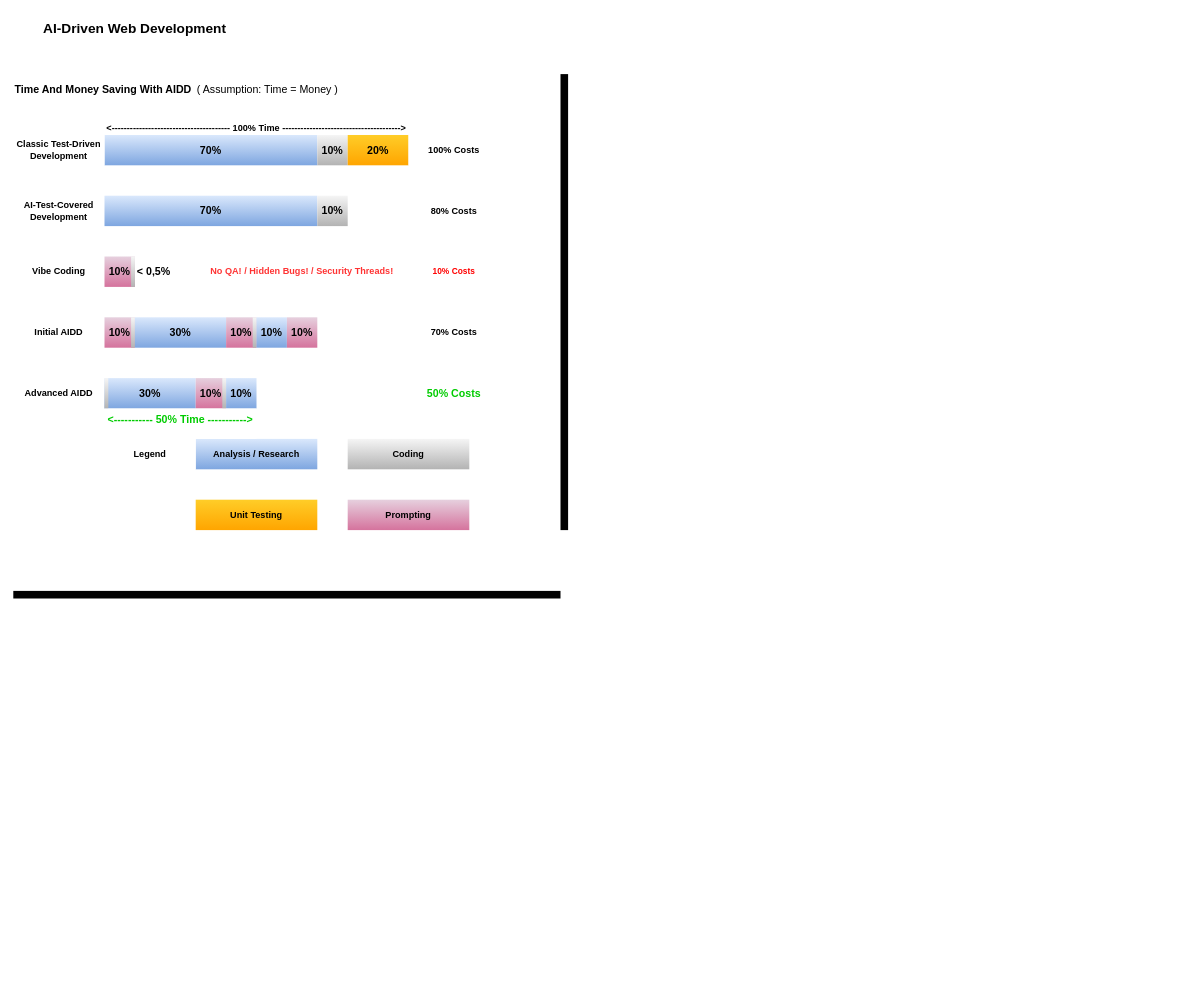
This is aidd_casual.drawio from kephalosk/drawio-diagrams, a draw.io file, before an edit. Source tidied: cells renumbered, new cells numbered last; positions are measured from the earlier drawing's top-left corner, leaving out a move shared by most shapes. Both pictures are drawn from the tidied source at 76%, with x=0, y=0 at pixel (13, 13).
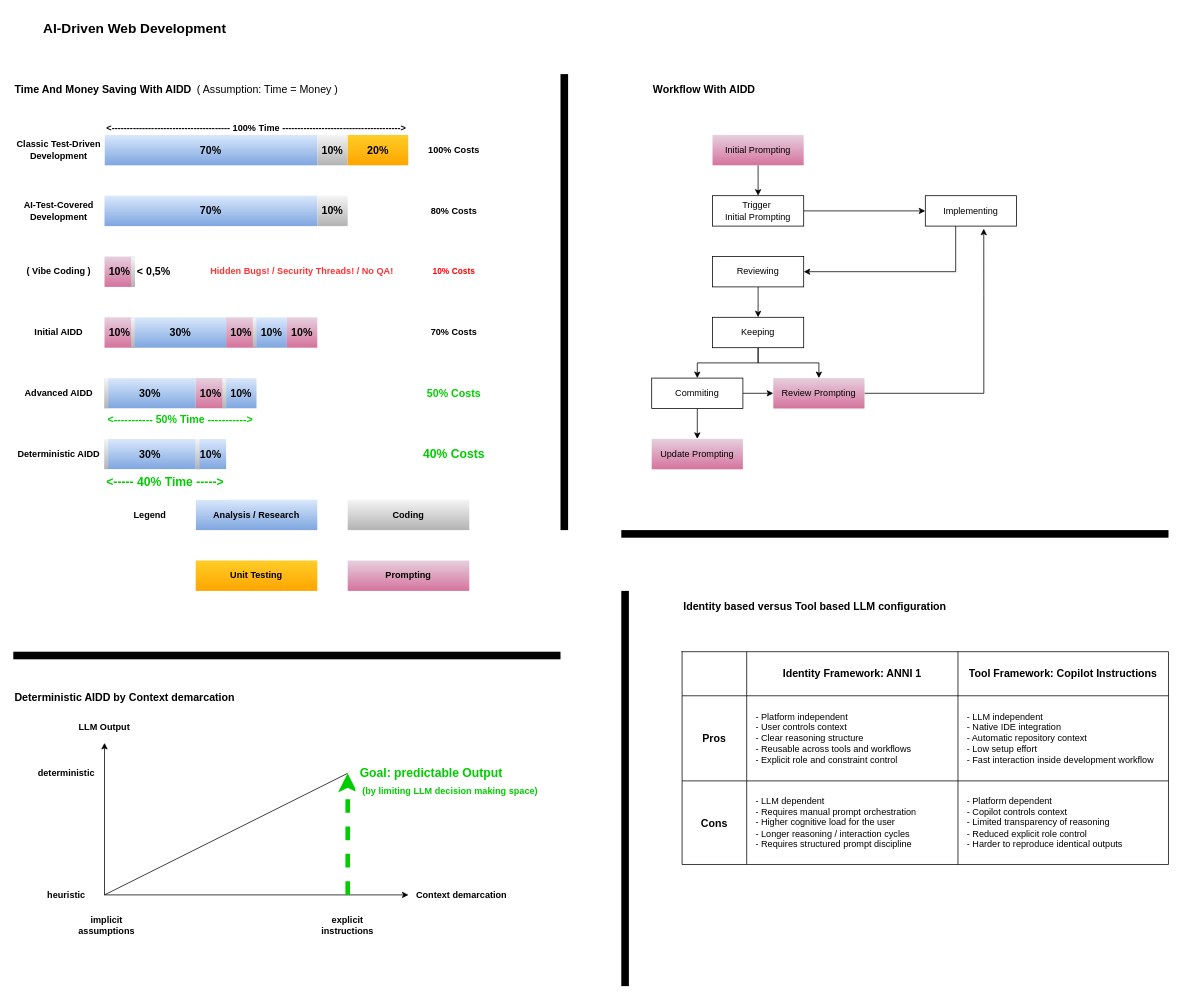
After the change.

What changed in the source:
```diff
@@
-    <mxCell id="12" value="Vibe Coding" style="rounded=0;whiteSpace=wrap;html=1;fontSize=12;fontStyle=1;strokeColor=none;fontColor=#000000;" parent="1" vertex="1">
+    <mxCell id="12" value="( Vibe Coding )" style="rounded=0;whiteSpace=wrap;html=1;fontSize=12;fontStyle=1;strokeColor=none;fontColor=#000000;" parent="1" vertex="1">
       <mxGeometry y="320" width="120" height="40" as="geometry" />
     </mxCell>
@@
-    <mxCell id="26" value="No QA! / Hidden Bugs! / Security Threads!" style="rounded=0;whiteSpace=wrap;html=1;fontSize=12;fontStyle=1;strokeColor=none;fontColor=#FF3333;" parent="1" vertex="1">
+    <mxCell id="26" value="Hidden Bugs! / Security Threads! /&amp;nbsp;No QA!" style="rounded=0;whiteSpace=wrap;html=1;fontSize=12;fontStyle=1;strokeColor=none;fontColor=#FF3333;" parent="1" vertex="1">
       <mxGeometry x="240" y="320" width="280" height="40" as="geometry" />
     </mxCell>
-    <mxCell id="27" value="Advanced AIDD" style="rounded=0;whiteSpace=wrap;html=1;fontSize=12;fontStyle=1;strokeColor=none;fontColor=#000000;" parent="1" vertex="1">
-      <mxGeometry y="480" width="120" height="40" as="geometry" />
+    <mxCell id="27" value="Deterministic AIDD" style="rounded=0;whiteSpace=wrap;html=1;fontSize=12;fontStyle=1;strokeColor=none;fontColor=#000000;" parent="1" vertex="1">
+      <mxGeometry y="560" width="120" height="40" as="geometry" />
     </mxCell>
     <mxCell id="28" value="30%" style="rounded=0;whiteSpace=wrap;html=1;fontSize=14;fontStyle=1;fillColor=#dae8fc;strokeColor=none;gradientColor=#7ea6e0;fontColor=#000000;" parent="1" vertex="1">
-      <mxGeometry x="120" y="480" width="120" height="40" as="geometry" />
+      <mxGeometry x="120" y="560" width="120" height="40" as="geometry" />
     </mxCell>
-    <mxCell id="29" value="10%" style="rounded=0;whiteSpace=wrap;html=1;fontSize=14;fontStyle=1;fillColor=#e6d0de;strokeColor=none;gradientColor=#d5739d;fontColor=#000000;" parent="1" vertex="1">
-      <mxGeometry x="240" y="480" width="40" height="40" as="geometry" />
-    </mxCell>
-    <mxCell id="30" style="rounded=0;whiteSpace=wrap;html=1;fontSize=14;fontStyle=1;fillColor=#f5f5f5;strokeColor=none;gradientColor=#b3b3b3;fontColor=#000000;" parent="1" vertex="1">
-      <mxGeometry x="275" y="480" width="5" height="40" as="geometry" />
-    </mxCell>
     <mxCell id="31" value="10%" style="rounded=0;whiteSpace=wrap;html=1;fontSize=14;fontStyle=1;fillColor=#dae8fc;strokeColor=none;gradientColor=#7ea6e0;fontColor=#000000;" parent="1" vertex="1">
-      <mxGeometry x="280" y="480" width="40" height="40" as="geometry" />
+      <mxGeometry x="240" y="560" width="40" height="40" as="geometry" />
     </mxCell>
-    <mxCell id="32" value="50% Costs" style="rounded=0;whiteSpace=wrap;html=1;fontSize=14;fontStyle=1;strokeColor=none;fontColor=#00CC00;" parent="1" vertex="1">
-      <mxGeometry x="520" y="480" width="120" height="40" as="geometry" />
+    <mxCell id="32" value="40% Costs" style="rounded=0;whiteSpace=wrap;html=1;fontSize=16;fontStyle=1;strokeColor=none;fontColor=#00CC00;" parent="1" vertex="1">
+      <mxGeometry x="520" y="560" width="120" height="40" as="geometry" />
     </mxCell>
     <mxCell id="33" style="rounded=0;whiteSpace=wrap;html=1;fontSize=14;fontStyle=1;fillColor=#f5f5f5;strokeColor=none;gradientColor=#b3b3b3;fontColor=#000000;" parent="1" vertex="1">
-      <mxGeometry x="120" y="480" width="5" height="40" as="geometry" />
+      <mxGeometry x="120" y="560" width="5" height="40" as="geometry" />
     </mxCell>
@@
     <mxCell id="37" value="Analysis / Research" style="rounded=0;whiteSpace=wrap;html=1;fontSize=12;fontStyle=1;fillColor=#dae8fc;strokeColor=none;gradientColor=#7ea6e0;" parent="1" vertex="1">
-      <mxGeometry x="240" y="560" width="160" height="40" as="geometry" />
+      <mxGeometry x="240" y="640" width="160" height="40" as="geometry" />
     </mxCell>
     <mxCell id="38" value="Legend" style="rounded=0;whiteSpace=wrap;html=1;fontSize=12;fontStyle=1;strokeColor=none;fontColor=#000000;" parent="1" vertex="1">
-      <mxGeometry x="120" y="560" width="120" height="40" as="geometry" />
+      <mxGeometry x="120" y="640" width="120" height="40" as="geometry" />
     </mxCell>
     <mxCell id="39" value="Coding" style="rounded=0;whiteSpace=wrap;html=1;fontSize=12;fontStyle=1;fillColor=#f5f5f5;strokeColor=none;gradientColor=#b3b3b3;" parent="1" vertex="1">
-      <mxGeometry x="440" y="560" width="160" height="40" as="geometry" />
+      <mxGeometry x="440" y="640" width="160" height="40" as="geometry" />
     </mxCell>
     <mxCell id="40" value="Unit Testing" style="rounded=0;whiteSpace=wrap;html=1;fontSize=12;fontStyle=1;fillColor=#ffcd28;strokeColor=none;gradientColor=#ffa500;" parent="1" vertex="1">
-      <mxGeometry x="240" y="640" width="160" height="40" as="geometry" />
+      <mxGeometry x="240" y="720" width="160" height="40" as="geometry" />
     </mxCell>
     <mxCell id="41" value="Prompting" style="rounded=0;whiteSpace=wrap;html=1;fontSize=12;fontStyle=1;fillColor=#e6d0de;strokeColor=none;gradientColor=#d5739d;fontColor=#000000;" parent="1" vertex="1">
-      <mxGeometry x="440" y="640" width="160" height="40" as="geometry" />
+      <mxGeometry x="440" y="720" width="160" height="40" as="geometry" />
     </mxCell>
-    <mxCell id="42" value="&lt;span style=&quot;color: rgb(0, 204, 0);&quot;&gt;&amp;lt;----------- 50% Time -----------&amp;gt;&lt;/span&gt;" style="rounded=0;whiteSpace=wrap;html=1;fontSize=14;fontStyle=1;strokeColor=none;align=center;verticalAlign=top;" parent="1" vertex="1">
-      <mxGeometry x="120" y="520" width="200" height="40" as="geometry" />
+    <mxCell id="42" value="&lt;span style=&quot;color: rgb(0, 204, 0);&quot;&gt;&amp;lt;----- 40% Time -----&amp;gt;&lt;/span&gt;" style="rounded=0;whiteSpace=wrap;html=1;fontSize=16;fontStyle=1;strokeColor=none;align=center;verticalAlign=top;" parent="1" vertex="1">
+      <mxGeometry x="120" y="600" width="160" height="40" as="geometry" />
     </mxCell>
@@
     <mxCell id="44" style="rounded=0;whiteSpace=wrap;html=1;fontSize=14;fontStyle=0;strokeColor=none;align=left;verticalAlign=middle;fillColor=#000000;" parent="1" vertex="1">
-      <mxGeometry y="760" width="720" height="10" as="geometry" />
+      <mxGeometry y="840" width="720" height="10" as="geometry" />
     </mxCell>
+    <mxCell id="45" value="Workflow With AIDD" style="rounded=0;whiteSpace=wrap;html=1;fontSize=14;fontStyle=1;strokeColor=none;align=left;" parent="1" vertex="1">
+      <mxGeometry x="840" y="80" width="240" height="40" as="geometry" />
+    </mxCell>
+    <mxCell id="46" style="edgeStyle=orthogonalEdgeStyle;rounded=0;jettySize=auto;html=1;" parent="1" edge="1" source="47" target="49">
+      <mxGeometry relative="1" as="geometry" />
+    </mxCell>
+    <mxCell id="47" value="&lt;div&gt;Trigger&amp;nbsp;&lt;/div&gt;&lt;div&gt;Initial Prompting&lt;/div&gt;" style="rounded=0;whiteSpace=wrap;html=1;" parent="1" vertex="1">
+      <mxGeometry x="920" y="240" width="120" height="40" as="geometry" />
+    </mxCell>
+    <mxCell id="48" style="edgeStyle=orthogonalEdgeStyle;rounded=0;jettySize=auto;html=1;exitX=0.323;exitY=0.972;exitDx=0;exitDy=0;exitPerimeter=0;" parent="1" edge="1" source="49" target="51">
+      <mxGeometry relative="1" as="geometry">
+        <Array as="points">
+          <mxPoint x="1240" y="279" />
+          <mxPoint x="1240" y="340" />
+        </Array>
+      </mxGeometry>
+    </mxCell>
+    <mxCell id="49" value="Implementing" style="rounded=0;whiteSpace=wrap;html=1;" parent="1" vertex="1">
+      <mxGeometry x="1200" y="240" width="120" height="40" as="geometry" />
+    </mxCell>
+    <mxCell id="50" style="edgeStyle=orthogonalEdgeStyle;rounded=0;jettySize=auto;html=1;" parent="1" edge="1" source="51" target="56">
+      <mxGeometry relative="1" as="geometry" />
+    </mxCell>
+    <mxCell id="51" value="Reviewing" style="rounded=0;whiteSpace=wrap;html=1;" parent="1" vertex="1">
+      <mxGeometry x="920" y="320" width="120" height="40" as="geometry" />
+    </mxCell>
+    <mxCell id="52" style="edgeStyle=orthogonalEdgeStyle;rounded=0;jettySize=auto;html=1;entryX=0.641;entryY=1.085;entryDx=0;entryDy=0;entryPerimeter=0;" parent="1" edge="1" source="53" target="49">
+      <mxGeometry relative="1" as="geometry">
+        <Array as="points">
+          <mxPoint x="1277" y="370" />
+          <mxPoint x="1277" y="370" />
+        </Array>
+      </mxGeometry>
+    </mxCell>
+    <mxCell id="53" value="Review Prompting" style="rounded=0;whiteSpace=wrap;html=1;fillColor=#e6d0de;gradientColor=#d5739d;strokeColor=none;" parent="1" vertex="1">
+      <mxGeometry x="1000" y="480" width="120" height="40" as="geometry" />
+    </mxCell>
+    <mxCell id="54" style="edgeStyle=orthogonalEdgeStyle;rounded=0;jettySize=auto;html=1;" parent="1" edge="1" source="56" target="53">
+      <mxGeometry relative="1" as="geometry" />
+    </mxCell>
+    <mxCell id="55" style="edgeStyle=orthogonalEdgeStyle;rounded=0;jettySize=auto;html=1;" parent="1" edge="1" source="56" target="59">
+      <mxGeometry relative="1" as="geometry" />
+    </mxCell>
+    <mxCell id="56" value="&lt;div&gt;Keeping&lt;/div&gt;" style="rounded=0;whiteSpace=wrap;html=1;" parent="1" vertex="1">
+      <mxGeometry x="920" y="400" width="120" height="40" as="geometry" />
+    </mxCell>
+    <mxCell id="57" style="edgeStyle=orthogonalEdgeStyle;rounded=0;jettySize=auto;html=1;" parent="1" edge="1" source="59" target="60">
+      <mxGeometry relative="1" as="geometry" />
+    </mxCell>
+    <mxCell id="58" style="edgeStyle=orthogonalEdgeStyle;rounded=0;jettySize=auto;html=1;" parent="1" edge="1" source="59" target="53">
+      <mxGeometry relative="1" as="geometry" />
+    </mxCell>
+    <mxCell id="59" value="Commiting" style="rounded=0;whiteSpace=wrap;html=1;" parent="1" vertex="1">
+      <mxGeometry x="840" y="480" width="120" height="40" as="geometry" />
+    </mxCell>
+    <mxCell id="60" value="Update Prompting" style="rounded=0;whiteSpace=wrap;html=1;fillColor=#e6d0de;gradientColor=#d5739d;strokeColor=none;" parent="1" vertex="1">
+      <mxGeometry x="840" y="560" width="120" height="40" as="geometry" />
+    </mxCell>
+    <mxCell id="61" style="edgeStyle=orthogonalEdgeStyle;rounded=0;jettySize=auto;html=1;" parent="1" edge="1" source="62" target="47">
+      <mxGeometry relative="1" as="geometry" />
+    </mxCell>
+    <mxCell id="62" value="Initial Prompting" style="rounded=0;whiteSpace=wrap;html=1;fillColor=#e6d0de;strokeColor=none;gradientColor=#d5739d;" parent="1" vertex="1">
+      <mxGeometry x="920" y="160" width="120" height="40" as="geometry" />
+    </mxCell>
+    <mxCell id="63" value="Advanced AIDD" style="rounded=0;whiteSpace=wrap;html=1;fontSize=12;fontStyle=1;strokeColor=none;fontColor=#000000;" parent="1" vertex="1">
+      <mxGeometry y="480" width="120" height="40" as="geometry" />
+    </mxCell>
+    <mxCell id="64" value="30%" style="rounded=0;whiteSpace=wrap;html=1;fontSize=14;fontStyle=1;fillColor=#dae8fc;strokeColor=none;gradientColor=#7ea6e0;fontColor=#000000;" parent="1" vertex="1">
+      <mxGeometry x="120" y="480" width="120" height="40" as="geometry" />
+    </mxCell>
+    <mxCell id="29" value="10%" style="rounded=0;whiteSpace=wrap;html=1;fontSize=14;fontStyle=1;fillColor=#e6d0de;strokeColor=none;gradientColor=#d5739d;fontColor=#000000;" parent="1" vertex="1">
+      <mxGeometry x="240" y="480" width="40" height="40" as="geometry" />
+    </mxCell>
+    <mxCell id="30" style="rounded=0;whiteSpace=wrap;html=1;fontSize=14;fontStyle=1;fillColor=#f5f5f5;strokeColor=none;gradientColor=#b3b3b3;fontColor=#000000;" parent="1" vertex="1">
+      <mxGeometry x="275" y="480" width="5" height="40" as="geometry" />
+    </mxCell>
+    <mxCell id="65" value="10%" style="rounded=0;whiteSpace=wrap;html=1;fontSize=14;fontStyle=1;fillColor=#dae8fc;strokeColor=none;gradientColor=#7ea6e0;fontColor=#000000;" parent="1" vertex="1">
+      <mxGeometry x="280" y="480" width="40" height="40" as="geometry" />
+    </mxCell>
+    <mxCell id="66" value="50% Costs" style="rounded=0;whiteSpace=wrap;html=1;fontSize=14;fontStyle=1;strokeColor=none;fontColor=#00CC00;" parent="1" vertex="1">
+      <mxGeometry x="520" y="480" width="120" height="40" as="geometry" />
+    </mxCell>
+    <mxCell id="67" style="rounded=0;whiteSpace=wrap;html=1;fontSize=14;fontStyle=1;fillColor=#f5f5f5;strokeColor=none;gradientColor=#b3b3b3;fontColor=#000000;" parent="1" vertex="1">
+      <mxGeometry x="120" y="480" width="5" height="40" as="geometry" />
+    </mxCell>
+    <mxCell id="68" value="&lt;span style=&quot;color: rgb(0, 204, 0);&quot;&gt;&amp;lt;----------- 50% Time -----------&amp;gt;&lt;/span&gt;" style="rounded=0;whiteSpace=wrap;html=1;fontSize=14;fontStyle=1;strokeColor=none;align=center;verticalAlign=top;" parent="1" vertex="1">
+      <mxGeometry x="120" y="520" width="200" height="40" as="geometry" />
+    </mxCell>
+    <mxCell id="69" style="rounded=0;whiteSpace=wrap;html=1;fontSize=14;fontStyle=1;fillColor=#f5f5f5;strokeColor=none;gradientColor=#b3b3b3;fontColor=#000000;" parent="1" vertex="1">
+      <mxGeometry x="240" y="560" width="5" height="40" as="geometry" />
+    </mxCell>
+    <mxCell id="70" style="endArrow=classic;html=1;rounded=0;" parent="1" edge="1">
+      <mxGeometry relative="1" as="geometry">
+        <mxPoint x="120" y="1160" as="sourcePoint" />
+        <mxPoint x="120" y="960" as="targetPoint" />
+      </mxGeometry>
+    </mxCell>
+    <mxCell id="71" value="Deterministic AIDD by Context demarcation" style="rounded=0;whiteSpace=wrap;html=1;fontSize=14;fontStyle=1;strokeColor=none;align=left;" parent="1" vertex="1">
+      <mxGeometry y="880" width="320" height="40" as="geometry" />
+    </mxCell>
+    <mxCell id="72" style="endArrow=classic;html=1;rounded=0;" parent="1" edge="1">
+      <mxGeometry relative="1" as="geometry">
+        <mxPoint x="120" y="1160" as="sourcePoint" />
+        <mxPoint x="520" y="1160" as="targetPoint" />
+      </mxGeometry>
+    </mxCell>
+    <mxCell id="73" style="endArrow=none;html=1;rounded=0;curved=0;" parent="1" edge="1">
+      <mxGeometry relative="1" as="geometry">
+        <mxPoint x="120" y="1160" as="sourcePoint" />
+        <mxPoint x="440" y="1000" as="targetPoint" />
+      </mxGeometry>
+    </mxCell>
+    <mxCell id="74" value="LLM Output" style="rounded=0;whiteSpace=wrap;html=1;fontSize=12;fontStyle=1;strokeColor=none;fontColor=#000000;" parent="1" vertex="1">
+      <mxGeometry x="80" y="920" width="80" height="40" as="geometry" />
+    </mxCell>
+    <mxCell id="75" value="deterministic" style="rounded=0;whiteSpace=wrap;html=1;fontSize=12;fontStyle=1;strokeColor=none;fontColor=#000000;" parent="1" vertex="1">
+      <mxGeometry x="30" y="980" width="80" height="40" as="geometry" />
+    </mxCell>
+    <mxCell id="76" value="heuristic" style="rounded=0;whiteSpace=wrap;html=1;fontSize=12;fontStyle=1;strokeColor=none;fontColor=#000000;" parent="1" vertex="1">
+      <mxGeometry x="30" y="1140" width="80" height="40" as="geometry" />
+    </mxCell>
+    <mxCell id="77" value="implicit assumptions" style="rounded=0;whiteSpace=wrap;html=1;fontSize=12;fontStyle=1;strokeColor=none;fontColor=#000000;" parent="1" vertex="1">
+      <mxGeometry x="82.5" y="1180" width="80" height="40" as="geometry" />
+    </mxCell>
+    <mxCell id="78" value="explicit instructions" style="rounded=0;whiteSpace=wrap;html=1;fontSize=12;fontStyle=1;strokeColor=none;fontColor=#000000;" parent="1" vertex="1">
+      <mxGeometry x="400" y="1180" width="80" height="40" as="geometry" />
+    </mxCell>
+    <mxCell id="79" value="Context demarcation" style="rounded=0;whiteSpace=wrap;html=1;fontSize=12;fontStyle=1;strokeColor=none;fontColor=#000000;" parent="1" vertex="1">
+      <mxGeometry x="520" y="1140" width="140" height="40" as="geometry" />
+    </mxCell>
+    <mxCell id="80" value="Goal: predictable Output" style="rounded=0;whiteSpace=wrap;html=1;fontSize=16;fontStyle=1;strokeColor=none;fontColor=#00CC00;" parent="1" vertex="1">
+      <mxGeometry x="440" y="980" width="220" height="40" as="geometry" />
+    </mxCell>
+    <mxCell id="81" style="endArrow=classic;html=1;rounded=0;dashed=1;strokeColor=#00CC00;strokeWidth=6;fontColor=#00CC00;" parent="1" edge="1">
+      <mxGeometry relative="1" as="geometry">
+        <mxPoint x="440" y="1160" as="sourcePoint" />
+        <mxPoint x="440" y="1000" as="targetPoint" />
+      </mxGeometry>
+    </mxCell>
+    <mxCell id="82" value="(by limiting LLM decision making space)" style="rounded=0;whiteSpace=wrap;html=1;fontSize=12;fontStyle=1;strokeColor=none;fontColor=#00CC00;verticalAlign=top;" parent="1" vertex="1">
+      <mxGeometry x="450" y="1010" width="250" height="30" as="geometry" />
+    </mxCell>
+    <mxCell id="83" style="rounded=0;whiteSpace=wrap;html=1;fontSize=14;fontStyle=0;strokeColor=none;align=left;verticalAlign=middle;fillColor=#000000;" parent="1" vertex="1">
+      <mxGeometry x="800" y="760" width="10" height="520" as="geometry" />
+    </mxCell>
+    <mxCell id="84" style="rounded=0;whiteSpace=wrap;html=1;fontSize=14;fontStyle=0;strokeColor=none;align=left;verticalAlign=middle;fillColor=#000000;" parent="1" vertex="1">
+      <mxGeometry x="800" y="680" width="720" height="10" as="geometry" />
+    </mxCell>
+    <mxCell id="85" value="Identity based&amp;nbsp;versus Tool&amp;nbsp;based LLM configuration" style="rounded=0;whiteSpace=wrap;html=1;fontSize=14;fontStyle=1;strokeColor=none;align=left;" parent="1" vertex="1">
+      <mxGeometry x="880" y="760" width="520" height="40" as="geometry" />
+    </mxCell>
+    <mxCell id="86" style="shape=table;startSize=0;childLayout=tableLayout;fontSize=16;" parent="1" vertex="1">
+      <mxGeometry x="880" y="840" width="640" height="280" as="geometry" />
+    </mxCell>
+    <mxCell id="87" style="shape=tableRow;horizontal=0;startSize=0;swimlaneHead=0;swimlaneBody=0;strokeColor=inherit;top=0;left=0;bottom=0;right=0;fillColor=none;fontSize=16;" parent="86" vertex="1">
+      <mxGeometry width="640" height="58" as="geometry" />
+    </mxCell>
+    <mxCell id="88" style="shape=partialRectangle;html=1;whiteSpace=wrap;strokeColor=inherit;overflow=hidden;fillColor=none;top=0;left=0;bottom=0;right=0;fontSize=16;" parent="87" vertex="1">
+      <mxGeometry width="85" height="58" as="geometry" />
+    </mxCell>
+    <mxCell id="89" value="&lt;font&gt;Identity Framework: ANNI&lt;/font&gt;&amp;nbsp;1" style="shape=partialRectangle;html=1;whiteSpace=wrap;strokeColor=inherit;overflow=hidden;fillColor=none;top=0;left=0;bottom=0;right=0;fontSize=14;fontStyle=1;" parent="87" vertex="1">
+      <mxGeometry x="85" width="278" height="58" as="geometry" />
+    </mxCell>
+    <mxCell id="90" value="&lt;font&gt;Tool Framework: Copilot Instructions&lt;/font&gt;" style="shape=partialRectangle;html=1;whiteSpace=wrap;strokeColor=inherit;overflow=hidden;fillColor=none;top=0;left=0;bottom=0;right=0;fontSize=14;fontStyle=1;" parent="87" vertex="1">
+      <mxGeometry x="363" width="277" height="58" as="geometry" />
+    </mxCell>
+    <mxCell id="91" style="shape=tableRow;horizontal=0;startSize=0;swimlaneHead=0;swimlaneBody=0;strokeColor=inherit;top=0;left=0;bottom=0;right=0;fillColor=none;fontSize=16;" parent="86" vertex="1">
+      <mxGeometry y="58" width="640" height="112" as="geometry" />
+    </mxCell>
+    <mxCell id="92" value="Pros" style="shape=partialRectangle;html=1;whiteSpace=wrap;strokeColor=inherit;overflow=hidden;fillColor=none;top=0;left=0;bottom=0;right=0;fontSize=14;fontStyle=1;" parent="91" vertex="1">
+      <mxGeometry width="85" height="112" as="geometry" />
+    </mxCell>
+    <mxCell id="93" value="- Platform independent&lt;br&gt;- User controls context&lt;br&gt;- Clear reasoning structure&lt;br&gt;- Reusable across tools and workflows&lt;br&gt;- Explicit role and constraint control" style="shape=partialRectangle;html=1;whiteSpace=wrap;strokeColor=inherit;overflow=hidden;fillColor=none;top=0;left=0;bottom=0;right=0;fontSize=12;align=left;spacingTop=0;spacingLeft=10;verticalAlign=middle;" parent="91" vertex="1">
+      <mxGeometry x="85" width="278" height="112" as="geometry" />
+    </mxCell>
+    <mxCell id="94" value="- LLM independent&lt;br&gt;- Native IDE integration&lt;br&gt;- Automatic repository context&lt;br&gt;- Low setup effort&lt;br&gt;- Fast interaction inside development workflow" style="shape=partialRectangle;html=1;whiteSpace=wrap;strokeColor=inherit;overflow=hidden;fillColor=none;top=0;left=0;bottom=0;right=0;fontSize=12;align=left;spacingTop=0;spacingLeft=10;verticalAlign=middle;" parent="91" vertex="1">
+      <mxGeometry x="363" width="277" height="112" as="geometry" />
+    </mxCell>
+    <mxCell id="95" style="shape=tableRow;horizontal=0;startSize=0;swimlaneHead=0;swimlaneBody=0;strokeColor=inherit;top=0;left=0;bottom=0;right=0;fillColor=none;fontSize=16;" parent="86" vertex="1">
+      <mxGeometry y="170" width="640" height="110" as="geometry" />
+    </mxCell>
+    <mxCell id="96" value="&lt;font style=&quot;font-size: 14px;&quot;&gt;Cons&lt;/font&gt;" style="shape=partialRectangle;html=1;whiteSpace=wrap;strokeColor=inherit;overflow=hidden;fillColor=none;top=0;left=0;bottom=0;right=0;fontSize=16;fontStyle=1;" parent="95" vertex="1">
+      <mxGeometry width="85" height="110" as="geometry" />
+    </mxCell>
+    <mxCell id="97" value="- LLM dependent&lt;br&gt;- Requires manual prompt orchestration&lt;br&gt;- Higher cognitive load for the user&lt;br&gt;- Longer reasoning / interaction cycles&lt;br&gt;- Requires structured prompt discipline" style="shape=partialRectangle;html=1;whiteSpace=wrap;strokeColor=inherit;overflow=hidden;fillColor=none;top=0;left=0;bottom=0;right=0;fontSize=12;align=left;spacingTop=0;spacingLeft=10;verticalAlign=middle;" parent="95" vertex="1">
+      <mxGeometry x="85" width="278" height="110" as="geometry" />
+    </mxCell>
+    <mxCell id="98" value="- Platform dependent&lt;br&gt;- Copilot controls context&lt;br&gt;- Limited transparency of reasoning&lt;br&gt;- Reduced explicit role control&lt;br&gt;- Harder to reproduce identical outputs" style="shape=partialRectangle;html=1;whiteSpace=wrap;strokeColor=inherit;overflow=hidden;fillColor=none;top=0;left=0;bottom=0;right=0;fontSize=12;align=left;spacingTop=0;spacingLeft=10;verticalAlign=middle;" parent="95" vertex="1">
+      <mxGeometry x="363" width="277" height="110" as="geometry" />
+    </mxCell>
```
